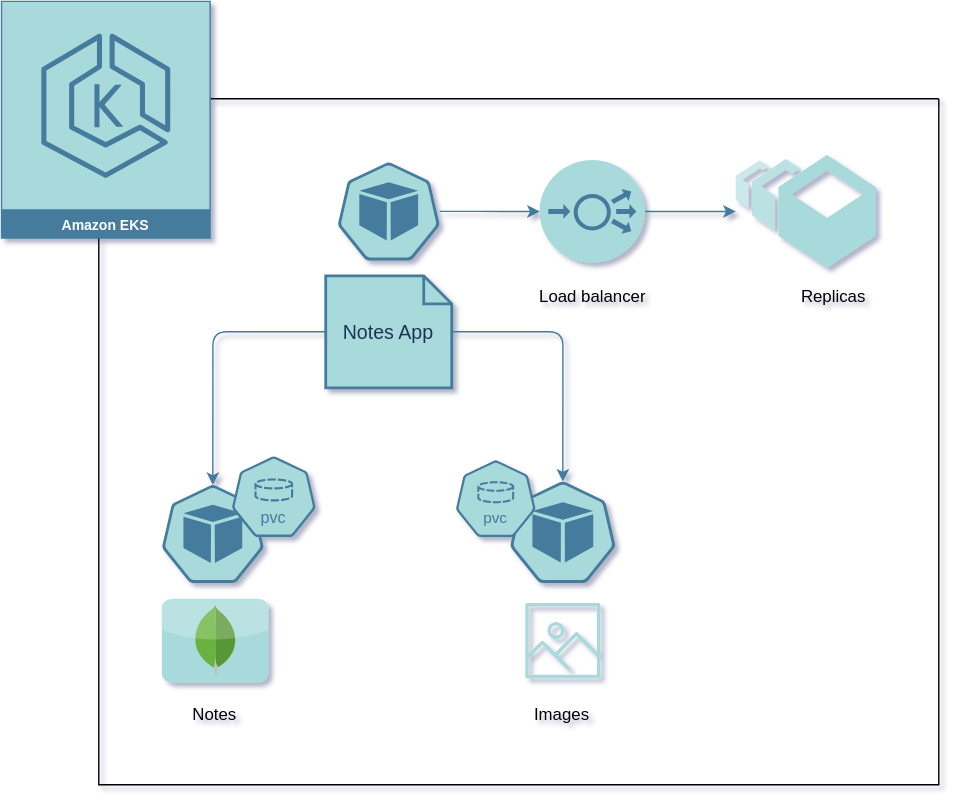
This is assets/arquitectura.drawio.svg from marcesdan/main, a draw.io export, as it was before one commit. Source tidied: cells renumbered, new cells last; positions are measured from the earlier drawing's top-left corner, leaving out a move shared by most shapes.
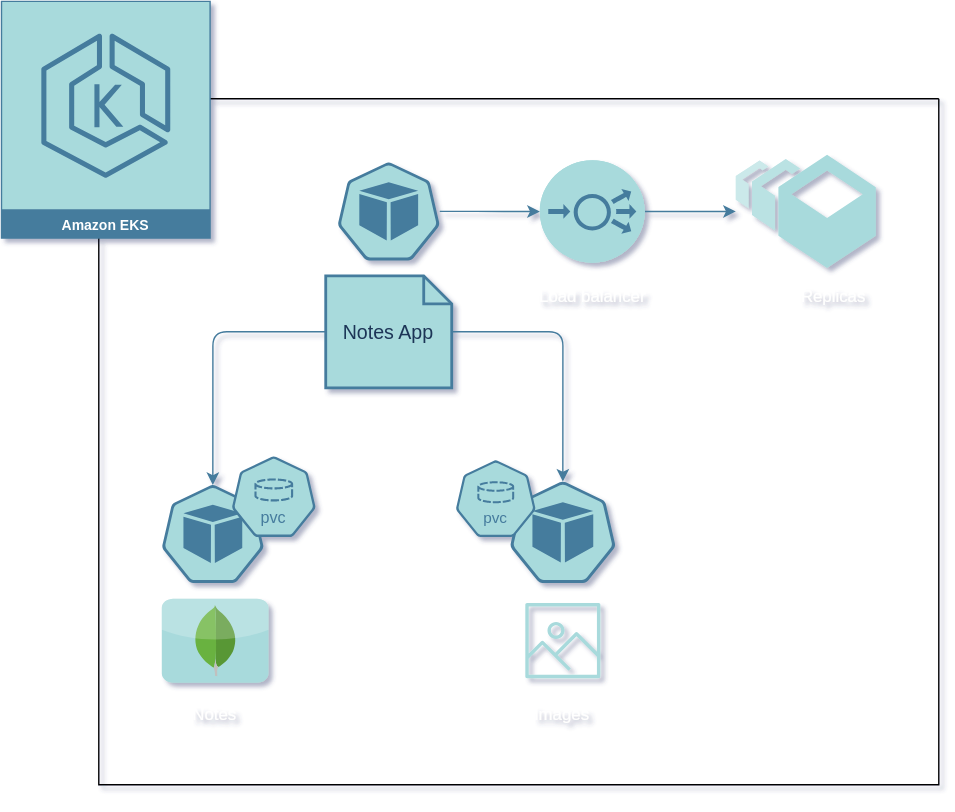
Later version of the same file.

The edit, as a diff of the source:
```diff
@@ -2,7 +2,7 @@
   <root>
     <mxCell id="0" />
     <mxCell id="1" parent="0" />
-    <mxCell id="2" style="swimlane;startSize=0;fillStyle=auto;rounded=1;labelBackgroundColor=default;fillColor=none;" parent="1" vertex="1">
+    <mxCell id="2" style="swimlane;startSize=0;fillStyle=auto;rounded=1;labelBackgroundColor=default;fillColor=none;fontColor=#FFFFFF;" parent="1" vertex="1">
       <mxGeometry x="70" y="70" width="600" height="490" as="geometry" />
     </mxCell>
     <mxCell id="3" style="html=1;dashed=0;whitespace=wrap;fillColor=#A8DADC;strokeColor=#457B9D;points=[[0.005,0.63,0],[0.1,0.2,0],[0.9,0.2,0],[0.5,0,0],[0.995,0.63,0],[0.72,0.99,0],[0.5,1,0],[0.28,0.99,0]];shape=mxgraph.kubernetes.icon2;prIcon=pod;rounded=1;labelBackgroundColor=none;fontColor=#1D3557;" parent="2" vertex="1">
@@ -50,16 +50,16 @@
     <mxCell id="17" value="&lt;font color=&quot;#ffffff&quot;&gt;Amazon EKS&lt;/font&gt;" style="fontColor=#1D3557;strokeColor=#457B9D;fillColor=#A8DADC;dashed=0;verticalLabelPosition=middle;verticalAlign=bottom;align=center;html=1;whiteSpace=wrap;fontSize=10;fontStyle=1;spacing=3;shape=mxgraph.aws4.productIcon;prIcon=mxgraph.aws4.eks;rounded=1;labelBackgroundColor=none;" parent="2" vertex="1">
       <mxGeometry x="-70" y="-70" width="150" height="170" as="geometry" />
     </mxCell>
-    <mxCell id="18" value="Replicas" style="text;html=1;strokeColor=none;fillColor=none;align=center;verticalAlign=middle;whiteSpace=wrap;rounded=0;" parent="2" vertex="1">
+    <mxCell id="18" value="Replicas" style="text;html=1;strokeColor=none;fillColor=none;align=center;verticalAlign=middle;whiteSpace=wrap;rounded=0;fontColor=#ffffff;" parent="2" vertex="1">
       <mxGeometry x="495" y="126.5" width="60" height="30" as="geometry" />
     </mxCell>
-    <mxCell id="19" value="Images" style="text;html=1;strokeColor=none;fillColor=none;align=center;verticalAlign=middle;whiteSpace=wrap;rounded=0;" parent="2" vertex="1">
+    <mxCell id="19" value="Images" style="text;html=1;strokeColor=none;fillColor=none;align=center;verticalAlign=middle;whiteSpace=wrap;rounded=0;fontColor=#FFFFFF;" parent="2" vertex="1">
       <mxGeometry x="301.5" y="425" width="60" height="30" as="geometry" />
     </mxCell>
-    <mxCell id="20" value="Notes" style="text;html=1;strokeColor=none;fillColor=none;align=center;verticalAlign=middle;whiteSpace=wrap;rounded=0;" parent="2" vertex="1">
+    <mxCell id="20" value="Notes" style="text;html=1;strokeColor=none;fillColor=none;align=center;verticalAlign=middle;whiteSpace=wrap;rounded=0;fontColor=#FFFFFF;" parent="2" vertex="1">
       <mxGeometry x="53.1" y="425" width="60" height="30" as="geometry" />
     </mxCell>
-    <mxCell id="21" value="Load balancer&lt;br&gt;" style="text;html=1;strokeColor=none;fillColor=none;align=center;verticalAlign=middle;whiteSpace=wrap;rounded=0;" parent="2" vertex="1">
+    <mxCell id="21" value="Load balancer&lt;br&gt;" style="text;html=1;strokeColor=none;fillColor=none;align=center;verticalAlign=middle;whiteSpace=wrap;rounded=0;fontColor=#FFFFFF;" parent="2" vertex="1">
       <mxGeometry x="308.7" y="126.5" width="87.5" height="30" as="geometry" />
     </mxCell>
     <mxCell id="22" style="edgeStyle=orthogonalEdgeStyle;rounded=1;orthogonalLoop=1;jettySize=auto;html=1;exitX=0.5;exitY=1;exitDx=0;exitDy=0;labelBackgroundColor=none;strokeColor=#457B9D;fontColor=default;" parent="1" edge="1" source="2" target="2">
```
